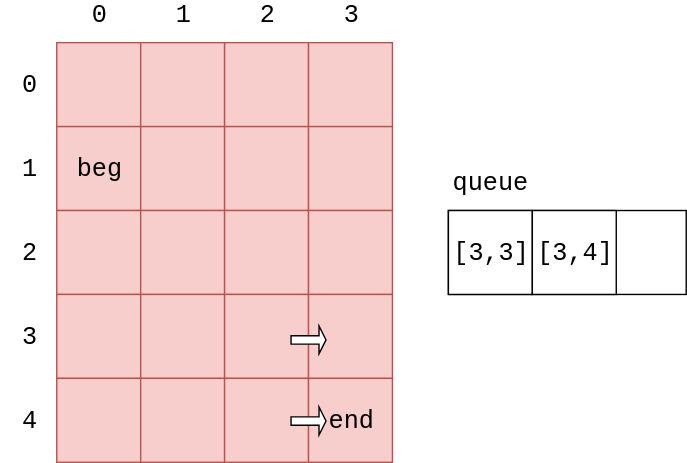
linrongbin16/way-to-algorithm keeps this draw.io diagram as docs/Search/res/BreadthFirstSearch19.svg. Above is the earlier version. Source tidied: cells renumbered, new cells last; positions are measured from the earlier drawing's top-left corner, leaving out a move shared by most shapes. Its diagram source:
```xml
<mxGraphModel background="#ffffff">
  <root>
    <mxCell id="0" />
    <mxCell id="1" parent="0" />
    <mxCell id="2" style="rounded=0;whiteSpace=wrap;html=1;fontFamily=Courier New;fontSize=18;fillColor=#f8cecc;strokeColor=#b85450;" parent="1" vertex="1">
      <mxGeometry x="40" y="30" width="60" height="60" as="geometry" />
    </mxCell>
    <mxCell id="3" style="rounded=0;whiteSpace=wrap;html=1;fontFamily=Courier New;fontSize=18;fillColor=#f8cecc;strokeColor=#b85450;" parent="1" vertex="1">
      <mxGeometry x="100" y="30" width="60" height="60" as="geometry" />
    </mxCell>
    <mxCell id="4" style="rounded=0;whiteSpace=wrap;html=1;fontFamily=Courier New;fontSize=18;fillColor=#f8cecc;strokeColor=#b85450;" parent="1" vertex="1">
      <mxGeometry x="160" y="30" width="60" height="60" as="geometry" />
    </mxCell>
    <mxCell id="5" style="rounded=0;whiteSpace=wrap;html=1;fontFamily=Courier New;fontSize=18;fillColor=#f8cecc;strokeColor=#b85450;" parent="1" vertex="1">
      <mxGeometry x="220" y="30" width="60" height="60" as="geometry" />
    </mxCell>
    <mxCell id="6" value="beg" style="rounded=0;whiteSpace=wrap;html=1;fontFamily=Courier New;fontSize=18;fillColor=#f8cecc;strokeColor=#b85450;" parent="1" vertex="1">
      <mxGeometry x="40" y="90" width="60" height="60" as="geometry" />
    </mxCell>
    <mxCell id="7" style="rounded=0;whiteSpace=wrap;html=1;fontFamily=Courier New;fontSize=18;fillColor=#f8cecc;strokeColor=#b85450;" parent="1" vertex="1">
      <mxGeometry x="100" y="90" width="60" height="60" as="geometry" />
    </mxCell>
    <mxCell id="8" style="rounded=0;whiteSpace=wrap;html=1;fontFamily=Courier New;fontSize=18;fillColor=#f8cecc;strokeColor=#b85450;shadow=0;" parent="1" vertex="1">
      <mxGeometry x="160" y="90" width="60" height="60" as="geometry" />
    </mxCell>
    <mxCell id="9" style="rounded=0;whiteSpace=wrap;html=1;fontFamily=Courier New;fontSize=18;fillColor=#f8cecc;strokeColor=#b85450;" parent="1" vertex="1">
      <mxGeometry x="220" y="90" width="60" height="60" as="geometry" />
    </mxCell>
    <mxCell id="10" style="rounded=0;whiteSpace=wrap;html=1;fontFamily=Courier New;fontSize=18;fillColor=#f8cecc;strokeColor=#b85450;" parent="1" vertex="1">
      <mxGeometry x="40" y="150" width="60" height="60" as="geometry" />
    </mxCell>
    <mxCell id="11" style="rounded=0;whiteSpace=wrap;html=1;fontFamily=Courier New;fontSize=18;fillColor=#f8cecc;strokeColor=#b85450;" parent="1" vertex="1">
      <mxGeometry x="100" y="150" width="60" height="60" as="geometry" />
    </mxCell>
    <mxCell id="12" value="0" style="text;html=1;strokeColor=none;fillColor=none;align=center;verticalAlign=middle;whiteSpace=wrap;fontFamily=Courier New;fontSize=18;" parent="1" vertex="1">
      <mxGeometry x="50" width="40" height="20" as="geometry" />
    </mxCell>
    <mxCell id="13" value="1" style="text;html=1;strokeColor=none;fillColor=none;align=center;verticalAlign=middle;whiteSpace=wrap;fontFamily=Courier New;fontSize=18;" parent="1" vertex="1">
      <mxGeometry x="110" width="40" height="20" as="geometry" />
    </mxCell>
    <mxCell id="14" value="2" style="text;html=1;strokeColor=none;fillColor=none;align=center;verticalAlign=middle;whiteSpace=wrap;fontFamily=Courier New;fontSize=18;" parent="1" vertex="1">
      <mxGeometry x="170" width="40" height="20" as="geometry" />
    </mxCell>
    <mxCell id="15" value="3" style="text;html=1;strokeColor=none;fillColor=none;align=center;verticalAlign=middle;whiteSpace=wrap;fontFamily=Courier New;fontSize=18;" parent="1" vertex="1">
      <mxGeometry x="230" width="40" height="20" as="geometry" />
    </mxCell>
    <mxCell id="16" value="0" style="text;html=1;strokeColor=none;fillColor=none;align=center;verticalAlign=middle;whiteSpace=wrap;fontFamily=Courier New;fontSize=18;" parent="1" vertex="1">
      <mxGeometry y="50" width="40" height="20" as="geometry" />
    </mxCell>
    <mxCell id="17" value="1" style="text;html=1;strokeColor=none;fillColor=none;align=center;verticalAlign=middle;whiteSpace=wrap;fontFamily=Courier New;fontSize=18;" parent="1" vertex="1">
      <mxGeometry y="110" width="40" height="20" as="geometry" />
    </mxCell>
    <mxCell id="18" value="2" style="text;html=1;strokeColor=none;fillColor=none;align=center;verticalAlign=middle;whiteSpace=wrap;fontFamily=Courier New;fontSize=18;" parent="1" vertex="1">
      <mxGeometry y="170" width="40" height="20" as="geometry" />
    </mxCell>
    <mxCell id="19" value="3" style="text;html=1;strokeColor=none;fillColor=none;align=center;verticalAlign=middle;whiteSpace=wrap;fontFamily=Courier New;fontSize=18;" parent="1" vertex="1">
      <mxGeometry y="230" width="40" height="20" as="geometry" />
    </mxCell>
    <mxCell id="20" value="4" style="text;html=1;strokeColor=none;fillColor=none;align=center;verticalAlign=middle;whiteSpace=wrap;fontFamily=Courier New;fontSize=18;" parent="1" vertex="1">
      <mxGeometry y="290" width="40" height="20" as="geometry" />
    </mxCell>
    <mxCell id="21" style="rounded=0;whiteSpace=wrap;html=1;fontFamily=Courier New;fontSize=18;fillColor=#f8cecc;strokeColor=#b85450;shadow=0;" parent="1" vertex="1">
      <mxGeometry x="160" y="150" width="60" height="60" as="geometry" />
    </mxCell>
    <mxCell id="22" style="rounded=0;whiteSpace=wrap;html=1;fontFamily=Courier New;fontSize=18;fillColor=#f8cecc;strokeColor=#b85450;" parent="1" vertex="1">
      <mxGeometry x="220" y="150" width="60" height="60" as="geometry" />
    </mxCell>
    <mxCell id="23" style="rounded=0;whiteSpace=wrap;html=1;fontFamily=Courier New;fontSize=18;fillColor=#f8cecc;strokeColor=#b85450;" parent="1" vertex="1">
      <mxGeometry x="40" y="210" width="60" height="60" as="geometry" />
    </mxCell>
    <mxCell id="24" style="rounded=0;whiteSpace=wrap;html=1;fontFamily=Courier New;fontSize=18;fillColor=#f8cecc;strokeColor=#b85450;" parent="1" vertex="1">
      <mxGeometry x="100" y="210" width="60" height="60" as="geometry" />
    </mxCell>
    <mxCell id="25" style="rounded=0;whiteSpace=wrap;html=1;fontFamily=Courier New;fontSize=18;fillColor=#f8cecc;strokeColor=#b85450;shadow=0;" parent="1" vertex="1">
      <mxGeometry x="160" y="210" width="60" height="60" as="geometry" />
    </mxCell>
    <mxCell id="26" style="rounded=0;whiteSpace=wrap;html=1;fontFamily=Courier New;fontSize=18;fillColor=#f8cecc;strokeColor=#b85450;" parent="1" vertex="1">
      <mxGeometry x="220" y="210" width="60" height="60" as="geometry" />
    </mxCell>
    <mxCell id="27" style="rounded=0;whiteSpace=wrap;html=1;fontFamily=Courier New;fontSize=18;fillColor=#f8cecc;strokeColor=#b85450;" parent="1" vertex="1">
      <mxGeometry x="40" y="270" width="60" height="60" as="geometry" />
    </mxCell>
    <mxCell id="28" style="rounded=0;whiteSpace=wrap;html=1;fontFamily=Courier New;fontSize=18;fillColor=#f8cecc;strokeColor=#b85450;" parent="1" vertex="1">
      <mxGeometry x="100" y="270" width="60" height="60" as="geometry" />
    </mxCell>
    <mxCell id="29" style="rounded=0;whiteSpace=wrap;html=1;fontFamily=Courier New;fontSize=18;fillColor=#f8cecc;strokeColor=#b85450;shadow=0;" parent="1" vertex="1">
      <mxGeometry x="160" y="270" width="60" height="60" as="geometry" />
    </mxCell>
    <mxCell id="30" value="end" style="rounded=0;whiteSpace=wrap;html=1;fontFamily=Courier New;fontSize=18;fillColor=#f8cecc;strokeColor=#b85450;" parent="1" vertex="1">
      <mxGeometry x="220" y="270" width="60" height="60" as="geometry" />
    </mxCell>
    <mxCell id="31" value="queue" style="text;html=1;strokeColor=none;fillColor=none;align=center;verticalAlign=middle;whiteSpace=wrap;rounded=0;shadow=0;fontFamily=Courier New;fontSize=18;" parent="1" vertex="1">
      <mxGeometry x="330" y="120" width="40" height="20" as="geometry" />
    </mxCell>
    <mxCell id="32" style="rounded=0;whiteSpace=wrap;html=1;fontFamily=Courier New;fontSize=18;" parent="1" vertex="1">
      <mxGeometry x="320" y="150" width="170" height="60" as="geometry" />
    </mxCell>
    <mxCell id="33" value="[3,3]" style="rounded=0;whiteSpace=wrap;html=1;fontFamily=Courier New;fontSize=18;fillColor=#ffffff;strokeColor=#000000;" parent="1" vertex="1">
      <mxGeometry x="320" y="150" width="60" height="60" as="geometry" />
    </mxCell>
    <mxCell id="34" value="[3,4]" style="rounded=0;whiteSpace=wrap;html=1;fontFamily=Courier New;fontSize=18;fillColor=#ffffff;strokeColor=#000000;" parent="1" vertex="1">
      <mxGeometry x="380" y="150" width="60" height="60" as="geometry" />
    </mxCell>
    <mxCell id="35" style="shape=singleArrow;direction=north;whiteSpace=wrap;html=1;rounded=0;shadow=0;strokeColor=#000000;fillColor=#ffffff;gradientColor=none;fontFamily=Courier New;fontSize=18;rotation=90;" parent="1" vertex="1">
      <mxGeometry x="210" y="230" width="20" height="25" as="geometry" />
    </mxCell>
    <mxCell id="36" style="shape=singleArrow;direction=north;whiteSpace=wrap;html=1;rounded=0;shadow=0;strokeColor=#000000;fillColor=#ffffff;gradientColor=none;fontFamily=Courier New;fontSize=18;rotation=90;" parent="1" vertex="1">
      <mxGeometry x="210" y="288" width="20" height="25" as="geometry" />
    </mxCell>
  </root>
</mxGraphModel>
```
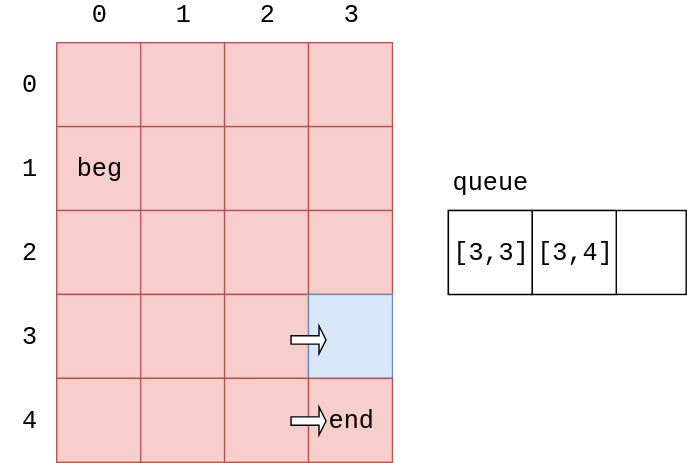
After the change.

The edit, as a diff of the source:
```diff
@@ -74,7 +74,7 @@
     <mxCell id="25" style="rounded=0;whiteSpace=wrap;html=1;fontFamily=Courier New;fontSize=18;fillColor=#f8cecc;strokeColor=#b85450;shadow=0;" parent="1" vertex="1">
       <mxGeometry x="160" y="210" width="60" height="60" as="geometry" />
     </mxCell>
-    <mxCell id="26" style="rounded=0;whiteSpace=wrap;html=1;fontFamily=Courier New;fontSize=18;fillColor=#f8cecc;strokeColor=#b85450;" parent="1" vertex="1">
+    <mxCell id="26" style="rounded=0;whiteSpace=wrap;html=1;fontFamily=Courier New;fontSize=18;fillColor=#dae8fc;strokeColor=#6c8ebf;" parent="1" vertex="1">
       <mxGeometry x="220" y="210" width="60" height="60" as="geometry" />
     </mxCell>
     <mxCell id="27" style="rounded=0;whiteSpace=wrap;html=1;fontFamily=Courier New;fontSize=18;fillColor=#f8cecc;strokeColor=#b85450;" parent="1" vertex="1">
```
